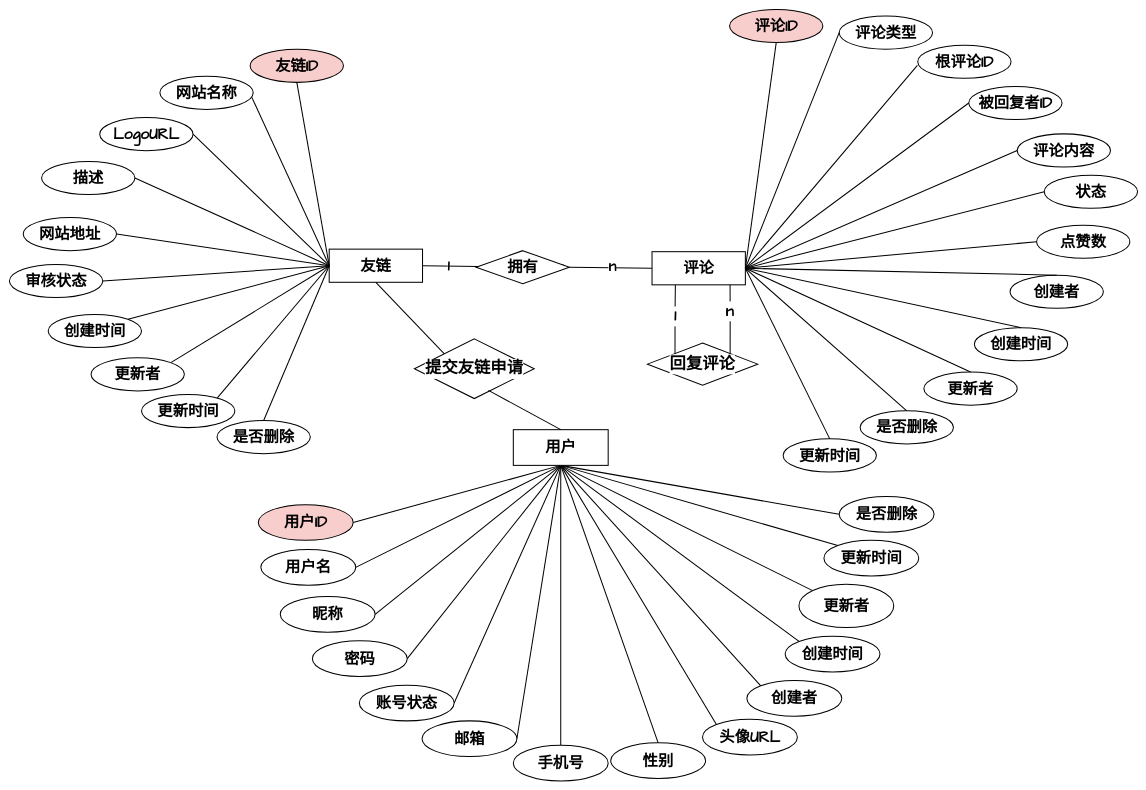
Above: graph/友链ER.drawio in zhangbird050801/bird-blog (draw.io), before the change. Source tidied: cells renumbered, new cells numbered last; positions are measured from the earlier drawing's top-left corner, leaving out a move shared by most shapes. Both pictures are drawn from the tidied source at 51%, with x=0, y=0 at pixel (9, 9).
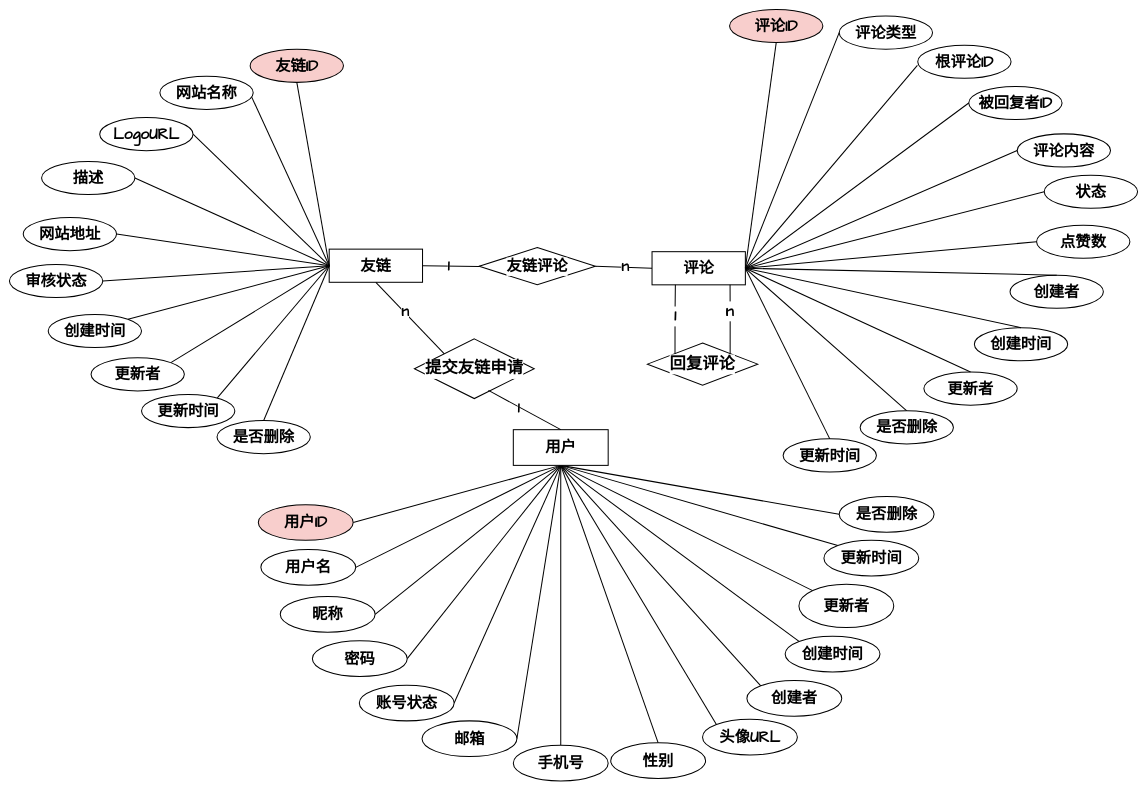
After the change.

The change refers to these unchanged cells:
```xml
<mxCell id="89" style="rounded=0;jettySize=auto;html=1;exitX=0;exitY=0;exitDx=0;exitDy=0;entryX=0.5;entryY=1;entryDx=0;entryDy=0;endArrow=none;endFill=0;fontSize=30;strokeColor=default;strokeWidth=2;align=center;verticalAlign=middle;fontFamily=Comic Sans MS;fontColor=default;fontStyle=1;labelBackgroundColor=default;" parent="1" edge="1" source="88" target="2">
  <mxGeometry relative="1" as="geometry" />
</mxCell>
<mxCell id="90" style="rounded=0;jettySize=auto;html=1;exitX=0.5;exitY=0;exitDx=0;exitDy=0;entryX=0.618;entryY=0.863;entryDx=0;entryDy=0;endArrow=none;endFill=0;fontSize=30;strokeColor=default;strokeWidth=2;align=center;verticalAlign=middle;fontFamily=Comic Sans MS;fontColor=default;fontStyle=1;labelBackgroundColor=default;entryPerimeter=0;" parent="1" edge="1" source="87" target="88">
  <mxGeometry relative="1" as="geometry" />
</mxCell>
```

The edit, as a diff of the source:
```diff
@@
-    <mxCell id="53" value="拥有" style="rhombus;whiteSpace=wrap;html=1;fontSize=30;rounded=0;strokeColor=default;strokeWidth=2;align=center;verticalAlign=middle;fontFamily=Comic Sans MS;fontColor=default;fontStyle=1;labelBackgroundColor=default;" parent="1" vertex="1">
-      <mxGeometry x="915" y="473" width="183" height="65" as="geometry" />
+    <mxCell id="53" value="友链评论" style="rhombus;whiteSpace=wrap;html=1;fontSize=30;rounded=0;strokeColor=default;strokeWidth=2;align=center;verticalAlign=middle;fontFamily=Comic Sans MS;fontColor=default;fontStyle=1;labelBackgroundColor=default;" parent="1" vertex="1">
+      <mxGeometry x="921" y="467" width="228" height="73" as="geometry" />
     </mxCell>
@@
+    <mxCell id="91" value="&lt;span style=&quot;font-family: &amp;quot;Comic Sans MS&amp;quot;; font-size: 30px; font-weight: 700;&quot;&gt;n&lt;/span&gt;" style="edgeLabel;html=1;align=center;verticalAlign=middle;" parent="89" vertex="1">
+      <mxGeometry x="0.17" y="-2" relative="1" as="geometry" />
+    </mxCell>
@@
+    <mxCell id="92" value="&lt;span style=&quot;font-family: &amp;quot;Comic Sans MS&amp;quot;; font-size: 30px; font-weight: 700;&quot;&gt;1&lt;/span&gt;" style="edgeLabel;html=1;align=center;verticalAlign=middle;" parent="90" vertex="1">
+      <mxGeometry x="0.16" y="1" relative="1" as="geometry" />
+    </mxCell>
```
